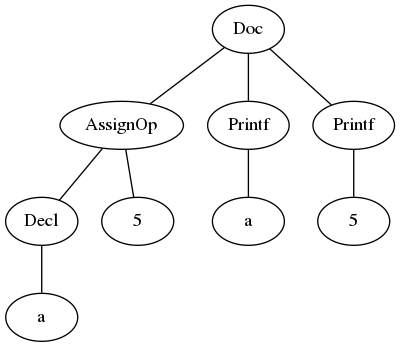
Above: test_IO/result.png in manomarichal/project-compilers (Graphviz), before the change. Its source is kept beside it as test_IO/result.dot.
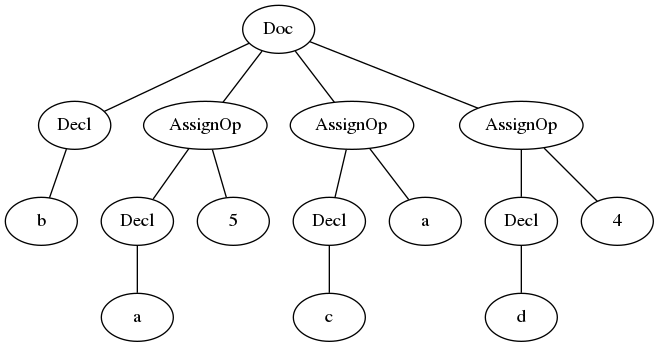
Above is the later version.

Diff of the diagram source:
```diff
@@ -1,19 +1,31 @@
 graph G {
 1 [label=Doc];
-2 [label=AssignOp];
-3 [label=Decl];
-4 [label=a];
-3 -- 4;
+2 [label=Decl];
+3 [label=b];
 2 -- 3;
-5 [label=5];
-2 -- 5;
 1 -- 2;
-6 [label=Printf];
-7 [label=a];
-6 -- 7;
-1 -- 6;
-8 [label=Printf];
-9 [label=5];
+4 [label=AssignOp];
+5 [label=Decl];
+6 [label=a];
+5 -- 6;
+4 -- 5;
+7 [label=5];
+4 -- 7;
+1 -- 4;
+8 [label=AssignOp];
+9 [label=Decl];
+10 [label=c];
+9 -- 10;
 8 -- 9;
+11 [label=a];
+8 -- 11;
 1 -- 8;
+12 [label=AssignOp];
+13 [label=Decl];
+14 [label=d];
+13 -- 14;
+12 -- 13;
+15 [label=4];
+12 -- 15;
+1 -- 12;
 }
```
